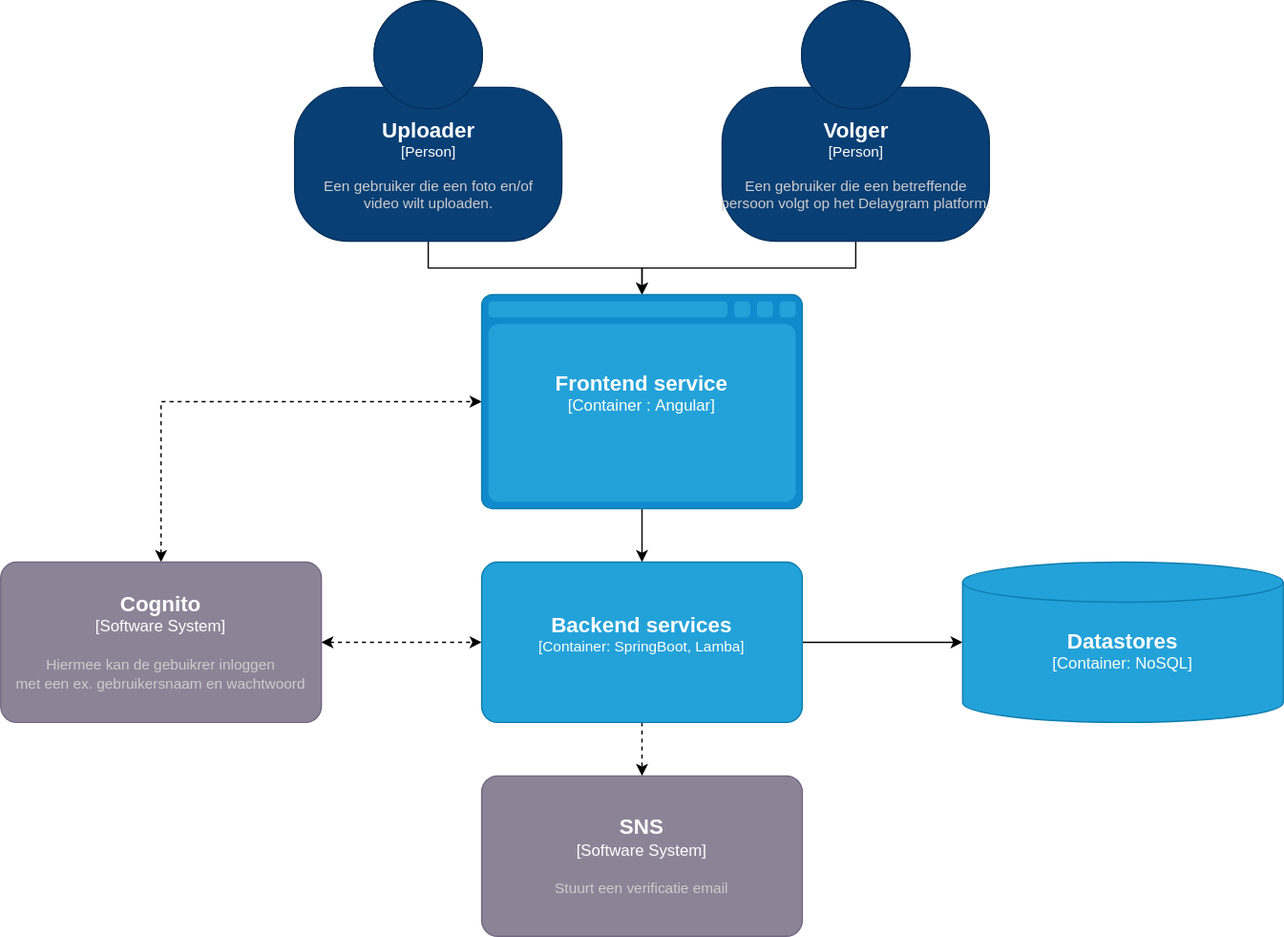
Above: sources/container-diagram.drawio.svg in delaygram/portfolio (draw.io), before the change. Source tidied: cells renumbered, new cells last; positions are measured from the earlier drawing's top-left corner, leaving out a move shared by most shapes.
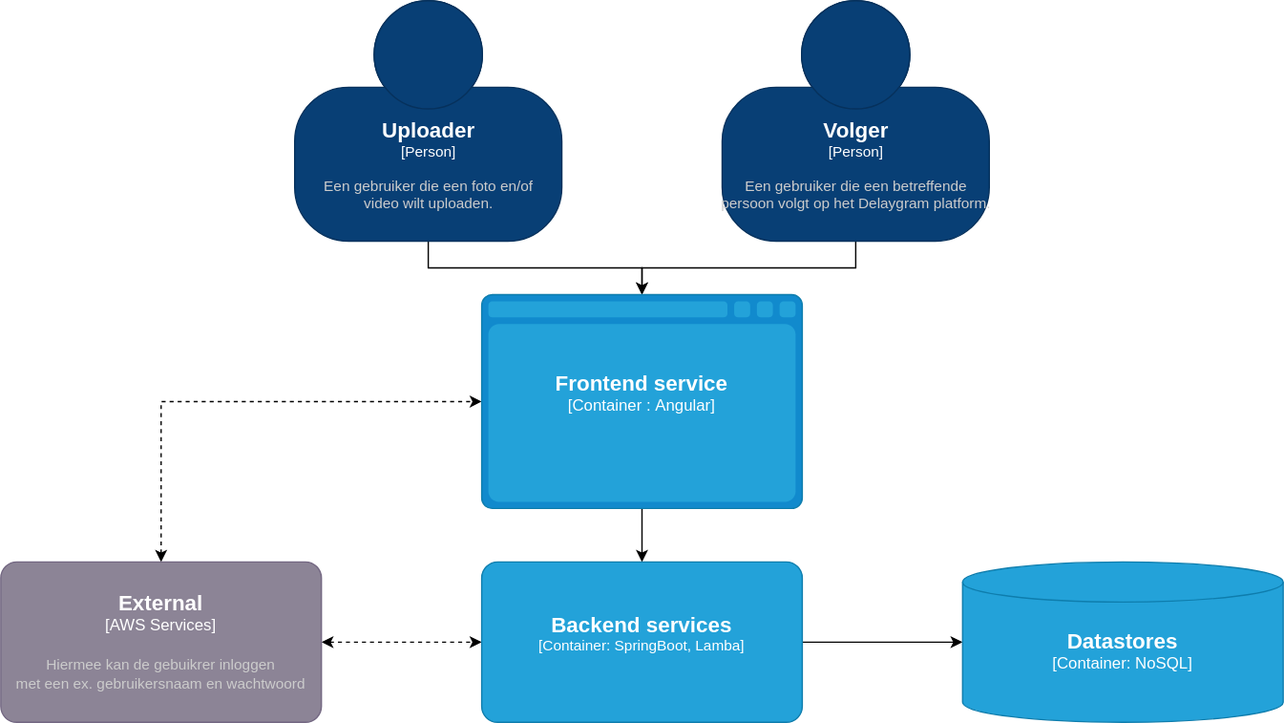
After the commit.

Commit message:
Altered container-diagram

Change to the diagram source:
```diff
@@ -24,16 +24,11 @@
     <mxCell id="7" style="edgeStyle=orthogonalEdgeStyle;rounded=0;jettySize=auto;html=1;exitX=0.5;exitY=0;exitDx=0;exitDy=0;exitPerimeter=0;entryX=0;entryY=0.5;entryDx=0;entryDy=0;entryPerimeter=0;dashed=1;startArrow=classic;startFill=1;endArrow=classic;endFill=1;" parent="1" edge="1" source="8" target="11">
       <mxGeometry relative="1" as="geometry" />
     </mxCell>
-    <object id="8" label="&lt;font style=&quot;font-size: 16px&quot;&gt;&lt;b&gt;%c4Name%&lt;/b&gt;&lt;/font&gt;&lt;div&gt;[%c4Type%]&lt;/div&gt;&lt;br&gt;&lt;div&gt;&lt;font style=&quot;font-size: 11px&quot;&gt;&lt;font color=&quot;#cccccc&quot;&gt;%c4Description%&lt;/font&gt;&lt;/div&gt;" c4Description="Hiermee kan de gebuikrer inloggen &#10;met een ex. gebruikersnaam en wachtwoord" c4Name="Cognito" c4Type="Software System" placeholders="1">
+    <object id="8" label="&lt;font style=&quot;font-size: 16px&quot;&gt;&lt;b&gt;%c4Name%&lt;/b&gt;&lt;/font&gt;&lt;div&gt;[%c4Type%]&lt;/div&gt;&lt;br&gt;&lt;div&gt;&lt;font style=&quot;font-size: 11px&quot;&gt;&lt;font color=&quot;#cccccc&quot;&gt;%c4Description%&lt;/font&gt;&lt;/div&gt;" c4Description="Hiermee kan de gebuikrer inloggen &#10;met een ex. gebruikersnaam en wachtwoord" c4Name="External" c4Type="AWS Services" placeholders="1">
       <mxCell style="rounded=1;whiteSpace=wrap;html=1;labelBackgroundColor=none;fillColor=#8C8496;fontColor=#ffffff;align=center;arcSize=10;strokeColor=#736782;points=[[0.25,0,0],[0.5,0,0],[0.75,0,0],[1,0.25,0],[1,0.5,0],[1,0.75,0],[0.75,1,0],[0.5,1,0],[0.25,1,0],[0,0.75,0],[0,0.5,0],[0,0.25,0]];" parent="1" vertex="1">
         <mxGeometry y="420" width="240" height="120" as="geometry" />
       </mxCell>
     </object>
-    <object id="9" label="&lt;font style=&quot;font-size: 16px&quot;&gt;&lt;b&gt;%c4Name%&lt;/b&gt;&lt;/font&gt;&lt;div&gt;[%c4Type%]&lt;/div&gt;&lt;br&gt;&lt;div&gt;&lt;font style=&quot;font-size: 11px&quot;&gt;&lt;font color=&quot;#cccccc&quot;&gt;%c4Description%&lt;/font&gt;&lt;/div&gt;" c4Description="Stuurt een verificatie email" c4Name="SNS" c4Type="Software System" placeholders="1">
-      <mxCell style="rounded=1;whiteSpace=wrap;html=1;labelBackgroundColor=none;fillColor=#8C8496;fontColor=#ffffff;align=center;arcSize=10;strokeColor=#736782;points=[[0.25,0,0],[0.5,0,0],[0.75,0,0],[1,0.25,0],[1,0.5,0],[1,0.75,0],[0.75,1,0],[0.5,1,0],[0.25,1,0],[0,0.75,0],[0,0.5,0],[0,0.25,0]];" parent="1" vertex="1">
-        <mxGeometry x="360" y="580" width="240" height="120" as="geometry" />
-      </mxCell>
-    </object>
     <mxCell id="10" style="edgeStyle=orthogonalEdgeStyle;rounded=0;jettySize=auto;html=1;exitX=0.5;exitY=1;exitDx=0;exitDy=0;exitPerimeter=0;entryX=0.5;entryY=0;entryDx=0;entryDy=0;entryPerimeter=0;endArrow=classic;endFill=1;" parent="1" edge="1" source="11" target="14">
       <mxGeometry relative="1" as="geometry" />
     </mxCell>
@@ -42,9 +37,6 @@
         <mxGeometry x="360" y="220" width="240" height="160" as="geometry" />
       </mxCell>
     </object>
-    <mxCell id="12" style="edgeStyle=orthogonalEdgeStyle;rounded=0;jettySize=auto;html=1;exitX=0.5;exitY=1;exitDx=0;exitDy=0;exitPerimeter=0;entryX=0.5;entryY=0;entryDx=0;entryDy=0;entryPerimeter=0;dashed=1;startArrow=none;startFill=0;endArrow=classic;endFill=1;" parent="1" edge="1" source="14" target="9">
-      <mxGeometry relative="1" as="geometry" />
-    </mxCell>
     <mxCell id="13" style="edgeStyle=orthogonalEdgeStyle;rounded=0;jettySize=auto;html=1;exitX=1;exitY=0.5;exitDx=0;exitDy=0;exitPerimeter=0;entryX=0;entryY=0.5;entryDx=0;entryDy=0;entryPerimeter=0;startArrow=none;startFill=0;endArrow=classic;endFill=1;" parent="1" edge="1" source="14" target="15">
       <mxGeometry relative="1" as="geometry" />
     </mxCell>
```
